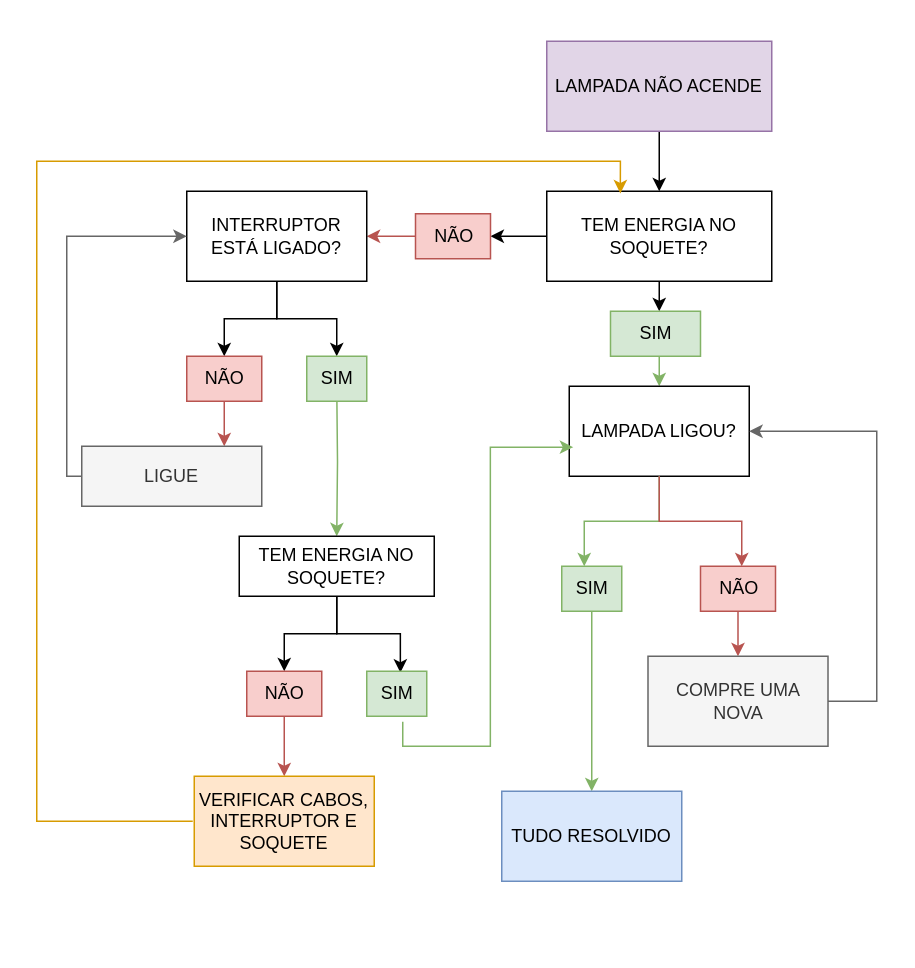
Earlier version of the draw.io diagram Diagrama sem nome.drawio (willfra/spotify). Source tidied: cells renumbered, new cells numbered last; positions are measured from the earlier drawing's top-left corner, leaving out a move shared by most shapes. Both pictures are drawn from the tidied source at 150%, with x=0, y=0 at pixel (36, 40).
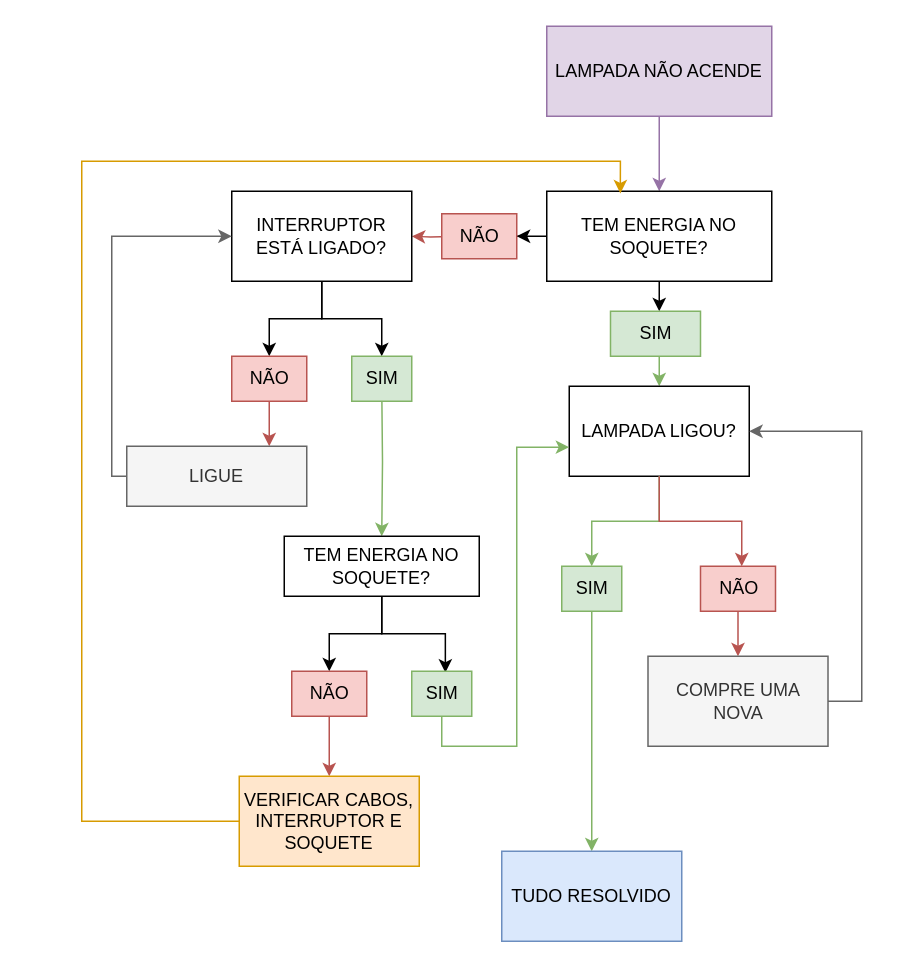
Above is the later version.

The change refers to these unchanged cells:
```xml
<mxCell id="6" value="TEM ENERGIA NO SOQUETE?" style="rounded=0;whiteSpace=wrap;html=1;arcSize=50;" parent="1" vertex="1">
  <mxGeometry x="340" y="100" width="150" height="60" as="geometry" />
</mxCell>
<mxCell id="9" value="LAMPADA LIGOU?" style="whiteSpace=wrap;html=1;" parent="1" vertex="1">
  <mxGeometry x="355" y="230" width="120" height="60" as="geometry" />
</mxCell>
<mxCell id="18" value="SIM&lt;br&gt;" style="text;html=1;align=center;verticalAlign=middle;points=[];strokeColor=#82b366;fillColor=#d5e8d4;" parent="1" vertex="1">
  <mxGeometry x="350" y="350" width="40" height="30" as="geometry" />
</mxCell>
<mxCell id="29" value="COMPRE UMA NOVA" style="whiteSpace=wrap;html=1;fillColor=#f5f5f5;strokeColor=#666666;fontColor=#333333;" parent="1" vertex="1">
  <mxGeometry x="407.5" y="410" width="120" height="60" as="geometry" />
</mxCell>
```

Change to the diagram source:
```diff
@@
-    <mxCell id="2" style="edgeStyle=orthogonalEdgeStyle;rounded=0;jettySize=auto;html=1;" parent="1" edge="1" source="3" target="6">
+    <mxCell id="2" style="edgeStyle=orthogonalEdgeStyle;rounded=0;jettySize=auto;html=1;fillColor=#e1d5e7;strokeColor=#9673a6;" parent="1" edge="1" source="3" target="6">
       <mxGeometry relative="1" as="geometry" />
     </mxCell>
     <mxCell id="3" value="LAMPADA NÃO ACENDE" style="rounded=0;whiteSpace=wrap;html=1;arcSize=50;labelBackgroundColor=none;fillColor=#e1d5e7;strokeColor=#9673a6;" parent="1" vertex="1">
-      <mxGeometry x="340" width="150" height="60" as="geometry" />
+      <mxGeometry x="340" y="-10" width="150" height="60" as="geometry" />
     </mxCell>
@@
-    <mxCell id="10" style="edgeStyle=orthogonalEdgeStyle;rounded=0;jettySize=auto;html=1;fillColor=#f8cecc;strokeColor=#b85450;" parent="1" edge="1" source="11" target="14">
-      <mxGeometry relative="1" as="geometry" />
+    <mxCell id="10" style="edgeStyle=orthogonalEdgeStyle;rounded=0;jettySize=auto;html=1;fillColor=#f8cecc;strokeColor=#b85450;" parent="1" edge="1" target="14">
+      <mxGeometry relative="1" as="geometry">
+        <mxPoint x="282.5" y="130" as="sourcePoint" />
+      </mxGeometry>
     </mxCell>
     <mxCell id="11" value="NÃO" style="text;html=1;align=center;verticalAlign=middle;points=[];strokeColor=#b85450;fillColor=#f8cecc;" parent="1" vertex="1">
-      <mxGeometry x="252.5" y="115" width="50" height="30" as="geometry" />
+      <mxGeometry x="270" y="115" width="50" height="30" as="geometry" />
     </mxCell>
@@
     <mxCell id="14" value="INTERRUPTOR ESTÁ LIGADO?" style="whiteSpace=wrap;html=1;" parent="1" vertex="1">
-      <mxGeometry x="100" y="100" width="120" height="60" as="geometry" />
+      <mxGeometry x="130" y="100" width="120" height="60" as="geometry" />
     </mxCell>
     <mxCell id="15" style="edgeStyle=orthogonalEdgeStyle;rounded=0;jettySize=auto;html=1;exitX=0.5;exitY=1;exitDx=0;exitDy=0;fillColor=#d5e8d4;strokeColor=#82b366;" parent="1" edge="1" source="9" target="18">
       <mxGeometry relative="1" as="geometry">
         <Array as="points">
           <mxPoint x="415" y="320" />
-          <mxPoint x="365" y="320" />
+          <mxPoint x="370" y="320" />
         </Array>
       </mxGeometry>
     </mxCell>
@@
     <mxCell id="21" value="TUDO RESOLVIDO" style="whiteSpace=wrap;html=1;fillColor=#dae8fc;strokeColor=#6c8ebf;" parent="1" vertex="1">
-      <mxGeometry x="310" y="500" width="120" height="60" as="geometry" />
+      <mxGeometry x="310" y="540" width="120" height="60" as="geometry" />
     </mxCell>
     <mxCell id="22" style="edgeStyle=orthogonalEdgeStyle;rounded=0;jettySize=auto;html=1;entryX=0.5;entryY=0;entryDx=0;entryDy=0;fillColor=#d5e8d4;strokeColor=#82b366;" parent="1" edge="1" target="32">
       <mxGeometry relative="1" as="geometry">
-        <mxPoint x="200" y="230" as="sourcePoint" />
+        <mxPoint x="230" y="230" as="sourcePoint" />
       </mxGeometry>
     </mxCell>
     <mxCell id="23" value="SIM" style="text;html=1;align=center;verticalAlign=middle;points=[];strokeColor=#82b366;fillColor=#d5e8d4;" parent="1" vertex="1">
-      <mxGeometry x="180" y="210" width="40" height="30" as="geometry" />
+      <mxGeometry x="210" y="210" width="40" height="30" as="geometry" />
     </mxCell>
     <mxCell id="24" style="edgeStyle=orthogonalEdgeStyle;rounded=0;jettySize=auto;html=1;fillColor=#f8cecc;strokeColor=#b85450;" parent="1" edge="1" source="25">
       <mxGeometry relative="1" as="geometry">
-        <mxPoint x="125" y="270" as="targetPoint" />
+        <mxPoint x="155" y="270" as="targetPoint" />
       </mxGeometry>
     </mxCell>
     <mxCell id="25" value="NÃO" style="text;html=1;align=center;verticalAlign=middle;points=[];strokeColor=#b85450;fillColor=#f8cecc;" parent="1" vertex="1">
-      <mxGeometry x="100" y="210" width="50" height="30" as="geometry" />
+      <mxGeometry x="130" y="210" width="50" height="30" as="geometry" />
     </mxCell>
     <mxCell id="26" style="edgeStyle=orthogonalEdgeStyle;rounded=0;jettySize=auto;html=1;entryX=0;entryY=0.5;entryDx=0;entryDy=0;exitX=0;exitY=0.5;exitDx=0;exitDy=0;fillColor=#f5f5f5;strokeColor=#666666;" parent="1" edge="1" source="27" target="14">
       <mxGeometry relative="1" as="geometry">
         <Array as="points">
-          <mxPoint x="20" y="290" />
-          <mxPoint x="20" y="130" />
+          <mxPoint x="50" y="290" />
+          <mxPoint x="50" y="130" />
         </Array>
       </mxGeometry>
     </mxCell>
     <mxCell id="27" value="LIGUE" style="whiteSpace=wrap;html=1;fillColor=#f5f5f5;fontColor=#333333;strokeColor=#666666;" parent="1" vertex="1">
-      <mxGeometry x="30" y="270" width="120" height="40" as="geometry" />
+      <mxGeometry x="60" y="270" width="120" height="40" as="geometry" />
     </mxCell>
     <mxCell id="28" style="edgeStyle=orthogonalEdgeStyle;rounded=0;jettySize=auto;html=1;entryX=1;entryY=0.5;entryDx=0;entryDy=0;exitX=1;exitY=0.5;exitDx=0;exitDy=0;fillColor=#f5f5f5;strokeColor=#666666;" parent="1" edge="1" source="29" target="9">
       <mxGeometry relative="1" as="geometry">
         <Array as="points">
-          <mxPoint x="560" y="440" />
-          <mxPoint x="560" y="260" />
+          <mxPoint x="550" y="440" />
+          <mxPoint x="550" y="260" />
         </Array>
       </mxGeometry>
     </mxCell>
@@
     <mxCell id="32" value="TEM ENERGIA NO SOQUETE?" style="whiteSpace=wrap;html=1;" parent="1" vertex="1">
-      <mxGeometry x="135" y="330" width="130" height="40" as="geometry" />
+      <mxGeometry x="165" y="330" width="130" height="40" as="geometry" />
     </mxCell>
-    <mxCell id="33" style="edgeStyle=orthogonalEdgeStyle;rounded=0;orthogonalLoop=1;jettySize=auto;html=1;entryX=0.003;entryY=0.677;entryDx=0;entryDy=0;entryPerimeter=0;exitX=0.541;exitY=1.124;exitDx=0;exitDy=0;exitPerimeter=0;fillColor=#d5e8d4;strokeColor=#82b366;" parent="1" edge="1">
+    <mxCell id="33" style="edgeStyle=orthogonalEdgeStyle;rounded=0;jettySize=auto;html=1;entryX=0.003;entryY=0.677;entryDx=0;entryDy=0;entryPerimeter=0;exitX=0.5;exitY=1;exitDx=0;exitDy=0;exitPerimeter=0;fillColor=#d5e8d4;strokeColor=#82b366;" parent="1" edge="1" source="34">
       <mxGeometry relative="1" as="geometry">
-        <mxPoint x="244" y="453.7" as="sourcePoint" />
-        <mxPoint x="357.7" y="270.6" as="targetPoint" />
+        <mxPoint x="355" y="270.6" as="targetPoint" />
         <Array as="points">
-          <mxPoint x="244.4" y="470" />
-          <mxPoint x="302.4" y="470" />
-          <mxPoint x="302.4" y="271" />
+          <mxPoint x="270" y="470" />
+          <mxPoint x="320" y="470" />
+          <mxPoint x="320" y="271" />
         </Array>
       </mxGeometry>
     </mxCell>
     <mxCell id="34" value="SIM" style="text;html=1;align=center;verticalAlign=middle;points=[];strokeColor=#82b366;fillColor=#d5e8d4;" parent="1" vertex="1">
-      <mxGeometry x="220" y="420" width="40" height="30" as="geometry" />
+      <mxGeometry x="250" y="420" width="40" height="30" as="geometry" />
     </mxCell>
@@
     <mxCell id="36" value="NÃO" style="text;html=1;align=center;verticalAlign=middle;points=[];strokeColor=#b85450;fillColor=#f8cecc;" parent="1" vertex="1">
-      <mxGeometry x="140" y="420" width="50" height="30" as="geometry" />
+      <mxGeometry x="170" y="420" width="50" height="30" as="geometry" />
     </mxCell>
-    <mxCell id="37" style="edgeStyle=orthogonalEdgeStyle;rounded=0;jettySize=auto;html=1;entryX=0.327;entryY=0.024;entryDx=0;entryDy=0;entryPerimeter=0;fillColor=#ffe6cc;strokeColor=#d79b00;" parent="1" edge="1" target="6">
+    <mxCell id="37" style="edgeStyle=orthogonalEdgeStyle;rounded=0;jettySize=auto;html=1;entryX=0.327;entryY=0.024;entryDx=0;entryDy=0;entryPerimeter=0;fillColor=#ffe6cc;strokeColor=#d79b00;exitX=0;exitY=0.5;exitDx=0;exitDy=0;" parent="1" edge="1" source="38" target="6">
       <mxGeometry relative="1" as="geometry">
-        <mxPoint x="104" y="520" as="sourcePoint" />
         <Array as="points">
-          <mxPoint y="520" />
-          <mxPoint y="80" />
+          <mxPoint x="30" y="520" />
+          <mxPoint x="30" y="80" />
           <mxPoint x="389" y="80" />
         </Array>
       </mxGeometry>
     </mxCell>
     <mxCell id="38" value="VERIFICAR CABOS, INTERRUPTOR E SOQUETE" style="whiteSpace=wrap;html=1;fillColor=#ffe6cc;strokeColor=#d79b00;" parent="1" vertex="1">
-      <mxGeometry x="105" y="490" width="120" height="60" as="geometry" />
+      <mxGeometry x="135" y="490" width="120" height="60" as="geometry" />
     </mxCell>
```
